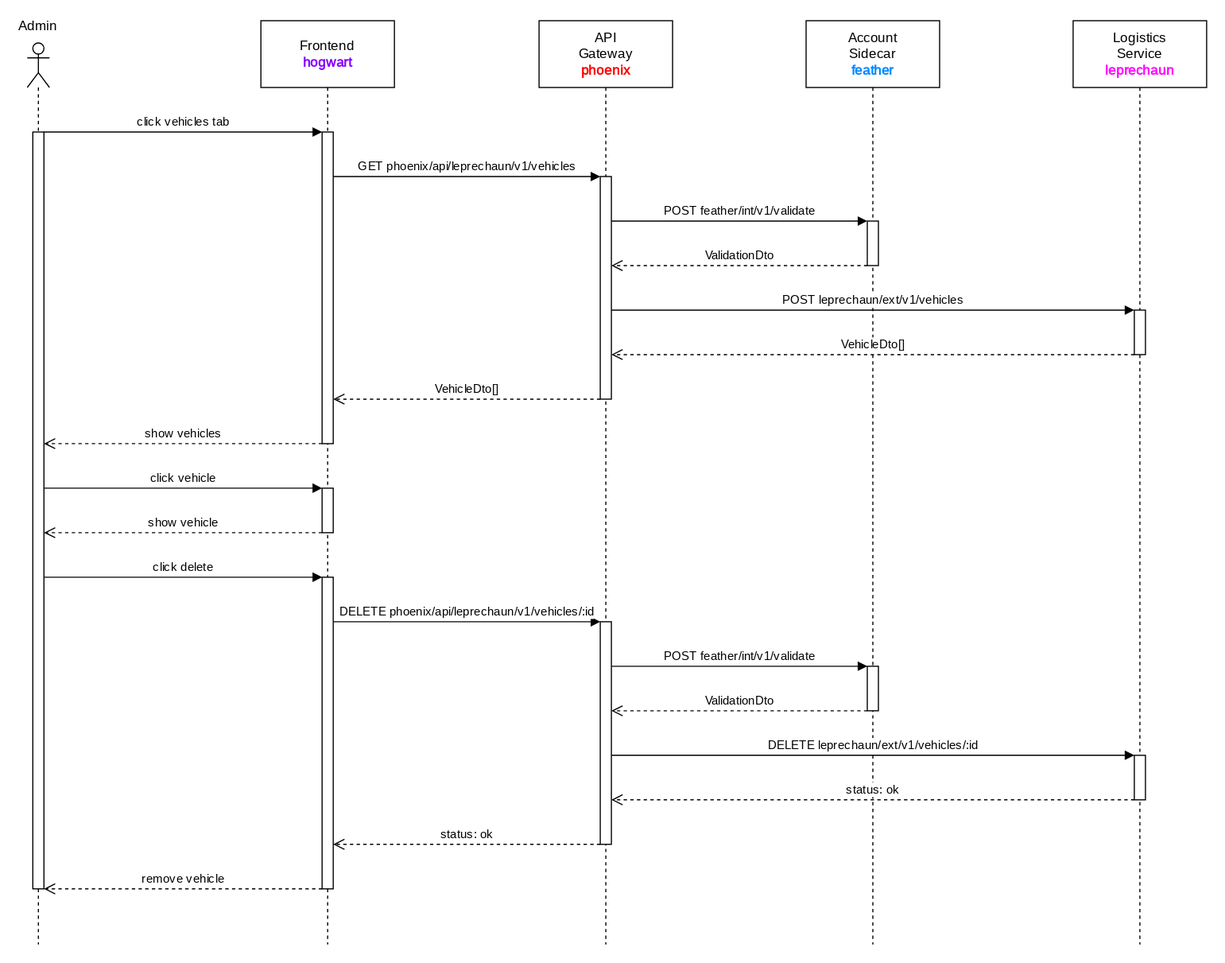
The draw.io diagram documentation/course/e2/images/sequence-diagram-leprechaun-remove-vehicle.drawio.svg in PWR-ACS-SE-24/SoftwareSystemDesign, before a commit. Source tidied: cells renumbered, new cells last; positions are measured from the earlier drawing's top-left corner, leaving out a move shared by most shapes.
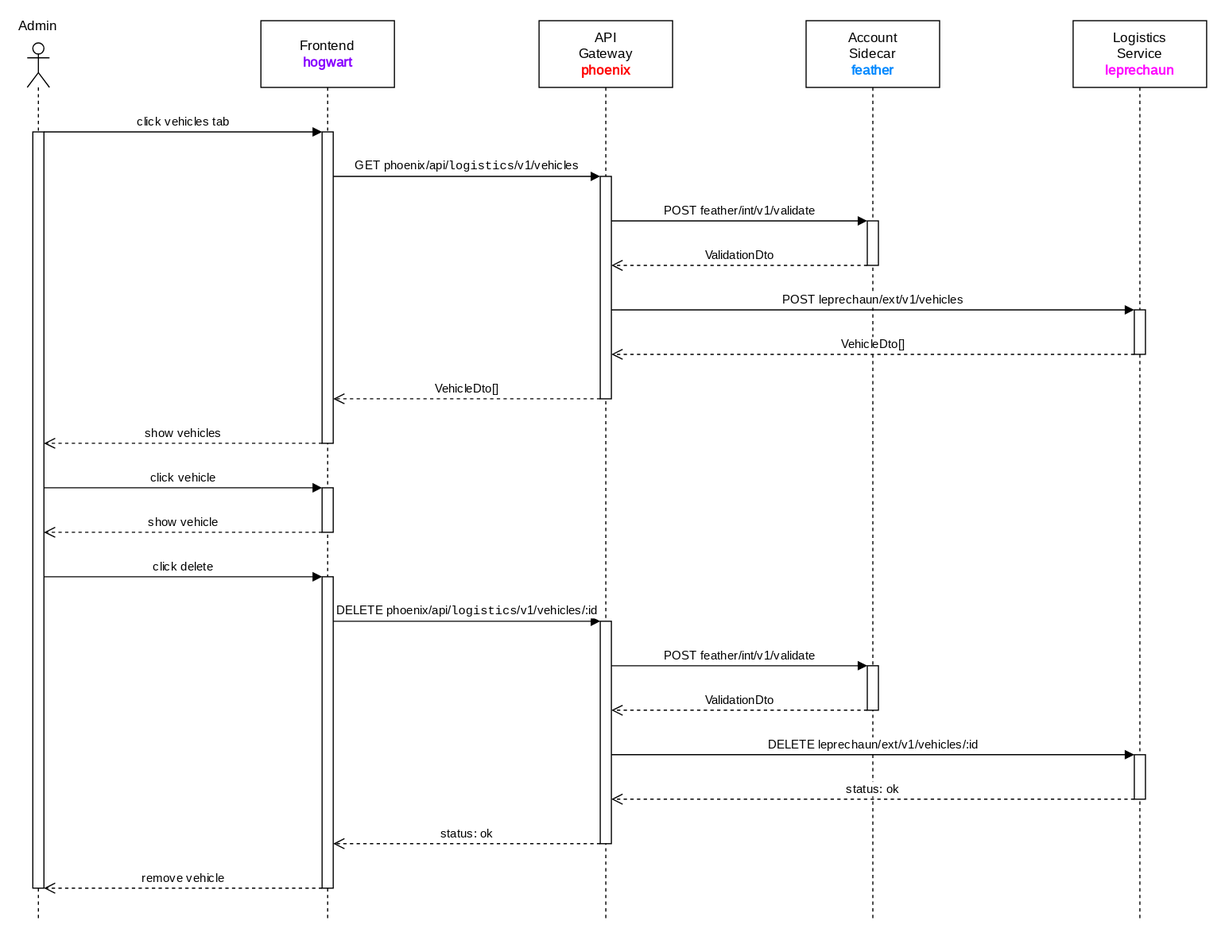
Later version of the same file.

Change to the diagram source:
```diff
@@ -3,7 +3,7 @@
     <mxCell id="0" />
     <mxCell id="1" parent="0" />
     <mxCell id="2" value="&lt;div&gt;API&lt;/div&gt;&lt;div&gt;Gateway&lt;/div&gt;&lt;div&gt;&lt;b&gt;&lt;font color=&quot;#ff0000&quot;&gt;phoenix&lt;/font&gt;&lt;/b&gt;&lt;br&gt;&lt;/div&gt;" style="shape=umlLifeline;perimeter=lifelinePerimeter;whiteSpace=wrap;html=1;newEdgeStyle={&quot;curved&quot;:0,&quot;rounded&quot;:0};size=60;fontFamily=JetBrains Mono;fontSource=https%3A%2F%2Ffonts.googleapis.com%2Fcss%3Ffamily%3DJetBrains%2BMono;" parent="1" vertex="1">
-      <mxGeometry x="460" width="120" height="830" as="geometry" />
+      <mxGeometry x="460" width="120" height="810" as="geometry" />
     </mxCell>
     <mxCell id="3" style="html=1;points=[[0,0,0,0,5],[0,1,0,0,-5],[1,0,0,0,5],[1,1,0,0,-5]];perimeter=orthogonalPerimeter;outlineConnect=0;targetShapes=umlLifeline;portConstraint=eastwest;newEdgeStyle={&quot;curved&quot;:0,&quot;rounded&quot;:0};fontFamily=JetBrains Mono;fontSource=https%3A%2F%2Ffonts.googleapis.com%2Fcss%3Ffamily%3DJetBrains%2BMono;" parent="2" vertex="1">
       <mxGeometry x="55" y="140" width="10" height="200" as="geometry" />
@@ -12,7 +12,7 @@
       <mxGeometry x="55" y="540" width="10" height="200" as="geometry" />
     </mxCell>
     <mxCell id="5" value="Account&lt;br&gt;Sidecar&lt;font color=&quot;#0088ff&quot;&gt;&lt;b&gt;&lt;br&gt;feather&lt;/b&gt;&lt;/font&gt;&lt;br&gt;&lt;font color=&quot;#0088ff&quot;&gt;&lt;b&gt;&lt;/b&gt;&lt;/font&gt;" style="shape=umlLifeline;perimeter=lifelinePerimeter;whiteSpace=wrap;html=1;newEdgeStyle={&quot;curved&quot;:0,&quot;rounded&quot;:0};size=60;fontFamily=JetBrains Mono;fontSource=https%3A%2F%2Ffonts.googleapis.com%2Fcss%3Ffamily%3DJetBrains%2BMono;" parent="1" vertex="1">
-      <mxGeometry x="700" width="120" height="830" as="geometry" />
+      <mxGeometry x="700" width="120" height="810" as="geometry" />
     </mxCell>
     <mxCell id="6" style="html=1;points=[[0,0,0,0,5],[0,1,0,0,-5],[1,0,0,0,5],[1,1,0,0,-5]];perimeter=orthogonalPerimeter;outlineConnect=0;targetShapes=umlLifeline;portConstraint=eastwest;newEdgeStyle={&quot;curved&quot;:0,&quot;rounded&quot;:0};fontFamily=JetBrains Mono;fontSource=https%3A%2F%2Ffonts.googleapis.com%2Fcss%3Ffamily%3DJetBrains%2BMono;" parent="5" vertex="1">
       <mxGeometry x="55" y="180" width="10" height="40" as="geometry" />
@@ -21,7 +21,7 @@
       <mxGeometry x="55" y="580" width="10" height="40" as="geometry" />
     </mxCell>
     <mxCell id="8" value="&lt;div&gt;Frontend&lt;/div&gt;&lt;div&gt;&lt;b&gt;&lt;font color=&quot;#8800ff&quot;&gt;hogwart&lt;/font&gt;&lt;/b&gt;&lt;br&gt;&lt;/div&gt;" style="shape=umlLifeline;perimeter=lifelinePerimeter;whiteSpace=wrap;html=1;newEdgeStyle={&quot;curved&quot;:0,&quot;rounded&quot;:0};size=60;fontFamily=JetBrains Mono;fontSource=https%3A%2F%2Ffonts.googleapis.com%2Fcss%3Ffamily%3DJetBrains%2BMono;" parent="1" vertex="1">
-      <mxGeometry x="210" width="120" height="830" as="geometry" />
+      <mxGeometry x="210" width="120" height="810" as="geometry" />
     </mxCell>
     <mxCell id="9" style="html=1;points=[[0,0,0,0,5],[0,1,0,0,-5],[1,0,0,0,5],[1,1,0,0,-5]];perimeter=orthogonalPerimeter;outlineConnect=0;targetShapes=umlLifeline;portConstraint=eastwest;newEdgeStyle={&quot;curved&quot;:0,&quot;rounded&quot;:0};fontFamily=JetBrains Mono;fontSource=https%3A%2F%2Ffonts.googleapis.com%2Fcss%3Ffamily%3DJetBrains%2BMono;" parent="8" vertex="1">
       <mxGeometry x="55" y="100" width="10" height="280" as="geometry" />
@@ -33,7 +33,7 @@
       <mxGeometry x="55" y="500" width="10" height="280" as="geometry" />
     </mxCell>
     <mxCell id="12" value="&lt;div&gt;Admin&lt;/div&gt;" style="shape=umlLifeline;perimeter=lifelinePerimeter;whiteSpace=wrap;html=1;newEdgeStyle={&quot;curved&quot;:0,&quot;rounded&quot;:0};participant=umlActor;spacing=0;spacingBottom=70;fontFamily=JetBrains Mono;fontSource=https%3A%2F%2Ffonts.googleapis.com%2Fcss%3Ffamily%3DJetBrains%2BMono;" parent="1" vertex="1">
-      <mxGeometry y="20" width="20" height="810" as="geometry" />
+      <mxGeometry y="20" width="20" height="790" as="geometry" />
     </mxCell>
     <mxCell id="13" style="html=1;points=[[0,0,0,0,5],[0,1,0,0,-5],[1,0,0,0,5],[1,1,0,0,-5]];perimeter=orthogonalPerimeter;outlineConnect=0;targetShapes=umlLifeline;portConstraint=eastwest;newEdgeStyle={&quot;curved&quot;:0,&quot;rounded&quot;:0};fontFamily=JetBrains Mono;fontSource=https%3A%2F%2Ffonts.googleapis.com%2Fcss%3Ffamily%3DJetBrains%2BMono;" parent="12" vertex="1">
       <mxGeometry x="5" y="80" width="10" height="680" as="geometry" />
@@ -46,7 +46,7 @@
         </Array>
       </mxGeometry>
     </mxCell>
-    <mxCell id="15" value="&lt;font style=&quot;font-size: 11px;&quot;&gt;GET phoenix/api/leprechaun/v1/vehicles&lt;/font&gt;" style="html=1;verticalAlign=bottom;endArrow=block;curved=0;rounded=0;fontFamily=JetBrains Mono;fontSource=https%3A%2F%2Ffonts.googleapis.com%2Fcss%3Ffamily%3DJetBrains%2BMono;" parent="1" edge="1" source="9" target="3">
+    <mxCell id="15" value="&lt;font style=&quot;font-size: 11px;&quot;&gt;GET phoenix/api/&lt;/font&gt;&lt;code class=&quot;notranslate&quot;&gt;logistics&lt;/code&gt;&lt;font style=&quot;font-size: 11px;&quot;&gt;/v1/vehicles&lt;/font&gt;" style="html=1;verticalAlign=bottom;endArrow=block;curved=0;rounded=0;fontFamily=JetBrains Mono;fontSource=https%3A%2F%2Ffonts.googleapis.com%2Fcss%3Ffamily%3DJetBrains%2BMono;" parent="1" edge="1" source="9" target="3">
       <mxGeometry relative="1" as="geometry">
         <Array as="points">
           <mxPoint x="400" y="140" />
@@ -102,7 +102,7 @@
         </Array>
       </mxGeometry>
     </mxCell>
-    <mxCell id="23" value="&lt;font style=&quot;font-size: 11px;&quot;&gt;DELETE phoenix/api/leprechaun/v1/vehicles/:id&lt;/font&gt;" style="html=1;verticalAlign=bottom;endArrow=block;curved=0;rounded=0;fontFamily=JetBrains Mono;fontSource=https%3A%2F%2Ffonts.googleapis.com%2Fcss%3Ffamily%3DJetBrains%2BMono;" parent="1" edge="1" source="11" target="4">
+    <mxCell id="23" value="&lt;font style=&quot;font-size: 11px;&quot;&gt;DELETE phoenix/api/&lt;/font&gt;&lt;code class=&quot;notranslate&quot;&gt;logistics&lt;/code&gt;&lt;font style=&quot;font-size: 11px;&quot;&gt;/v1/vehicles/:id&lt;/font&gt;" style="html=1;verticalAlign=bottom;endArrow=block;curved=0;rounded=0;fontFamily=JetBrains Mono;fontSource=https%3A%2F%2Ffonts.googleapis.com%2Fcss%3Ffamily%3DJetBrains%2BMono;" parent="1" edge="1" source="11" target="4">
       <mxGeometry relative="1" as="geometry">
         <Array as="points">
           <mxPoint x="410" y="540" />
@@ -125,7 +125,7 @@
       </mxGeometry>
     </mxCell>
     <mxCell id="26" value="Logistics&lt;br&gt;Service&lt;br&gt;&lt;b&gt;&lt;font color=&quot;#ff00ff&quot;&gt;leprechaun&lt;/font&gt;&lt;/b&gt;" style="shape=umlLifeline;perimeter=lifelinePerimeter;whiteSpace=wrap;html=1;newEdgeStyle={&quot;curved&quot;:0,&quot;rounded&quot;:0};size=60;fontFamily=JetBrains Mono;fontSource=https%3A%2F%2Ffonts.googleapis.com%2Fcss%3Ffamily%3DJetBrains%2BMono;" parent="1" vertex="1">
-      <mxGeometry x="940" width="120" height="830" as="geometry" />
+      <mxGeometry x="940" width="120" height="810" as="geometry" />
     </mxCell>
     <mxCell id="27" style="html=1;points=[[0,0,0,0,5],[0,1,0,0,-5],[1,0,0,0,5],[1,1,0,0,-5]];perimeter=orthogonalPerimeter;outlineConnect=0;targetShapes=umlLifeline;portConstraint=eastwest;newEdgeStyle={&quot;curved&quot;:0,&quot;rounded&quot;:0};fontFamily=JetBrains Mono;fontSource=https%3A%2F%2Ffonts.googleapis.com%2Fcss%3Ffamily%3DJetBrains%2BMono;" parent="26" vertex="1">
       <mxGeometry x="55" y="260" width="10" height="40" as="geometry" />
```
